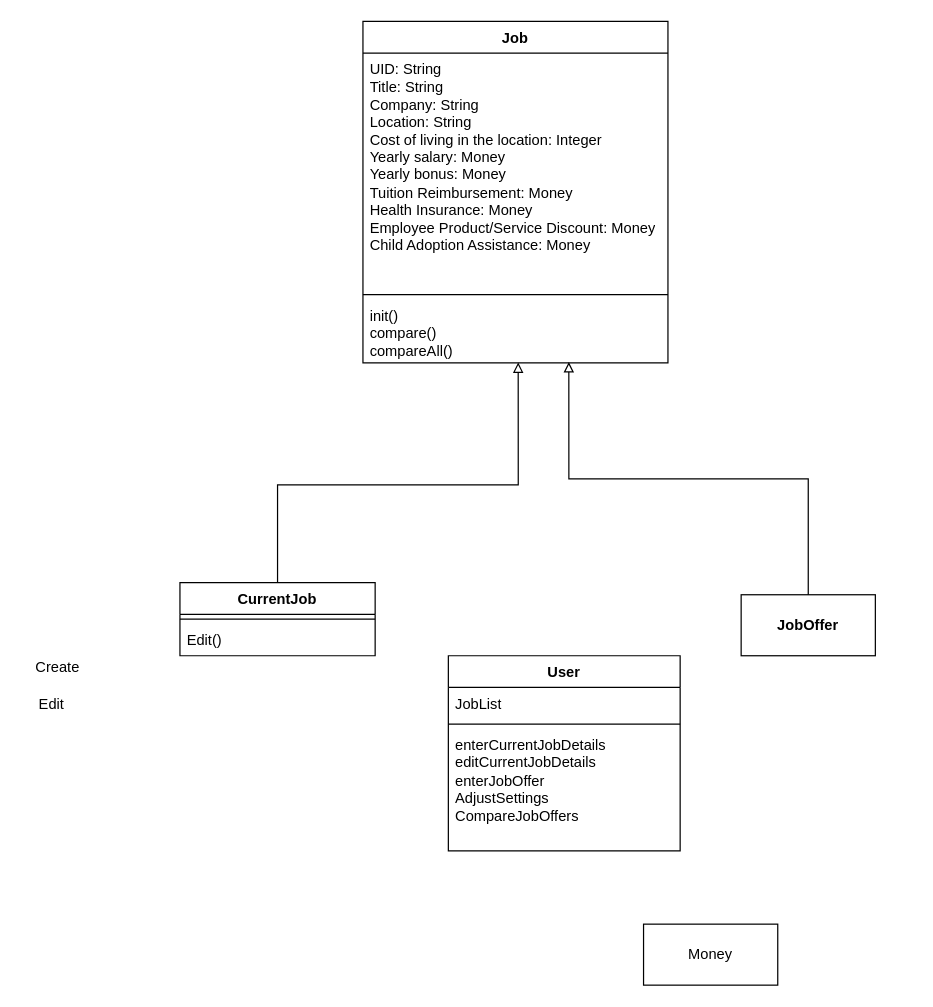
The draw.io diagram Untitled Diagram.drawio in LanYan1110/Blog_Web_Application, before the edit. Source tidied: cells renumbered, new cells numbered last; positions are measured from the earlier drawing's top-left corner, leaving out a move shared by most shapes. Both pictures are drawn from the tidied source at 122%, with x=0, y=0 at pixel (21, 21).
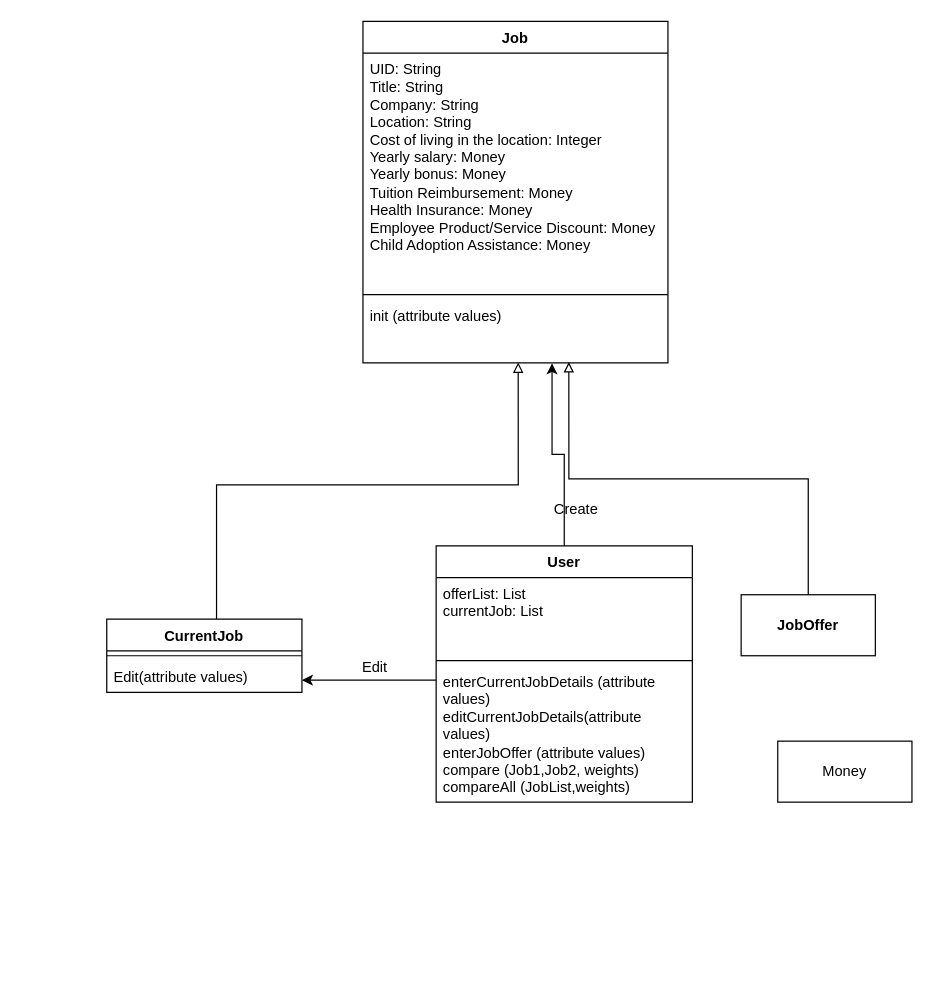
After the change.

Unchanged cells that the change refers to:
```xml
<mxCell id="8" value="Job" style="swimlane;fontStyle=1;align=center;verticalAlign=top;horizontal=1;startSize=26;whiteSpace=wrap;html=1;" parent="1" vertex="1">
  <mxGeometry x="280" width="250" height="280" as="geometry" />
</mxCell>
```

Diff of the diagram source:
```diff
@@
+    <mxCell id="19" style="edgeStyle=orthogonalEdgeStyle;rounded=0;jettySize=auto;html=1;entryX=0.62;entryY=1.006;entryDx=0;entryDy=0;entryPerimeter=0;" parent="1" edge="1" source="2" target="11">
+      <mxGeometry relative="1" as="geometry" />
+    </mxCell>
     <mxCell id="2" value="User" style="swimlane;fontStyle=1;align=center;verticalAlign=top;horizontal=1;startSize=26;whiteSpace=wrap;html=1;" parent="1" vertex="1">
-      <mxGeometry x="350" y="520" width="190" height="160" as="geometry" />
+      <mxGeometry x="340" y="430" width="210" height="210" as="geometry" />
     </mxCell>
-    <mxCell id="3" value="JobList" style="text;strokeColor=none;fillColor=none;align=left;verticalAlign=top;spacingLeft=4;spacingRight=4;overflow=hidden;whiteSpace=wrap;html=1;" parent="2" vertex="1">
-      <mxGeometry y="26" width="190" height="26" as="geometry" />
+    <mxCell id="3" value="offerList: List&lt;div&gt;currentJob: List&lt;/div&gt;" style="text;strokeColor=none;fillColor=none;align=left;verticalAlign=top;spacingLeft=4;spacingRight=4;overflow=hidden;whiteSpace=wrap;html=1;" parent="2" vertex="1">
+      <mxGeometry y="26" width="210" height="64" as="geometry" />
     </mxCell>
     <mxCell id="4" style="line;strokeWidth=1;fillColor=none;align=left;verticalAlign=middle;spacingTop=-1;spacingLeft=3;spacingRight=3;labelPosition=right;strokeColor=inherit;" parent="2" vertex="1">
-      <mxGeometry y="52" width="190" height="8" as="geometry" />
+      <mxGeometry y="90" width="210" height="8" as="geometry" />
     </mxCell>
-    <mxCell id="5" value="enterCurrentJobDetails&lt;div style=&quot;--tw-scale-x: 1; --tw-scale-y: 1; --tw-pan-x: ; --tw-pan-y: ; --tw-pinch-zoom: ; --tw-scroll-snap-strictness: proximity; --tw-gradient-from-position: ; --tw-gradient-via-position: ; --tw-gradient-to-position: ; --tw-ordinal: ; --tw-slashed-zero: ; --tw-numeric-figure: ; --tw-numeric-spacing: ; --tw-numeric-fraction: ; --tw-ring-inset: ; --tw-ring-offset-width: 0px; --tw-ring-offset-color: light-dark(#fff, #000000); --tw-ring-color: rgb(59 130 246 / .5); --tw-ring-offset-shadow: 0 0 #0000; --tw-ring-shadow: 0 0 #0000; --tw-shadow: 0 0 #0000; --tw-shadow-colored: 0 0 #0000; --tw-blur: ; --tw-brightness: ; --tw-contrast: ; --tw-grayscale: ; --tw-hue-rotate: ; --tw-invert: ; --tw-saturate: ; --tw-sepia: ; --tw-drop-shadow: ; --tw-backdrop-blur: ; --tw-backdrop-brightness: ; --tw-backdrop-contrast: ; --tw-backdrop-grayscale: ; --tw-backdrop-hue-rotate: ; --tw-backdrop-invert: ; --tw-backdrop-opacity: ; --tw-backdrop-saturate: ; --tw-backdrop-sepia: ;&quot;&gt;editCurrentJobDetails&lt;br style=&quot;--tw-scale-x: 1; --tw-scale-y: 1; --tw-pan-x: ; --tw-pan-y: ; --tw-pinch-zoom: ; --tw-scroll-snap-strictness: proximity; --tw-gradient-from-position: ; --tw-gradient-via-position: ; --tw-gradient-to-position: ; --tw-ordinal: ; --tw-slashed-zero: ; --tw-numeric-figure: ; --tw-numeric-spacing: ; --tw-numeric-fraction: ; --tw-ring-inset: ; --tw-ring-offset-width: 0px; --tw-ring-offset-color: light-dark(#fff, #000000); --tw-ring-color: rgb(59 130 246 / .5); --tw-ring-offset-shadow: 0 0 #0000; --tw-ring-shadow: 0 0 #0000; --tw-shadow: 0 0 #0000; --tw-shadow-colored: 0 0 #0000; --tw-blur: ; --tw-brightness: ; --tw-contrast: ; --tw-grayscale: ; --tw-hue-rotate: ; --tw-invert: ; --tw-saturate: ; --tw-sepia: ; --tw-drop-shadow: ; --tw-backdrop-blur: ; --tw-backdrop-brightness: ; --tw-backdrop-contrast: ; --tw-backdrop-grayscale: ; --tw-backdrop-hue-rotate: ; --tw-backdrop-invert: ; --tw-backdrop-opacity: ; --tw-backdrop-saturate: ; --tw-backdrop-sepia: ;&quot;&gt;&lt;div style=&quot;--tw-scale-x: 1; --tw-scale-y: 1; --tw-pan-x: ; --tw-pan-y: ; --tw-pinch-zoom: ; --tw-scroll-snap-strictness: proximity; --tw-gradient-from-position: ; --tw-gradient-via-position: ; --tw-gradient-to-position: ; --tw-ordinal: ; --tw-slashed-zero: ; --tw-numeric-figure: ; --tw-numeric-spacing: ; --tw-numeric-fraction: ; --tw-ring-inset: ; --tw-ring-offset-width: 0px; --tw-ring-offset-color: light-dark(#fff, #000000); --tw-ring-color: rgb(59 130 246 / .5); --tw-ring-offset-shadow: 0 0 #0000; --tw-ring-shadow: 0 0 #0000; --tw-shadow: 0 0 #0000; --tw-shadow-colored: 0 0 #0000; --tw-blur: ; --tw-brightness: ; --tw-contrast: ; --tw-grayscale: ; --tw-hue-rotate: ; --tw-invert: ; --tw-saturate: ; --tw-sepia: ; --tw-drop-shadow: ; --tw-backdrop-blur: ; --tw-backdrop-brightness: ; --tw-backdrop-contrast: ; --tw-backdrop-grayscale: ; --tw-backdrop-hue-rotate: ; --tw-backdrop-invert: ; --tw-backdrop-opacity: ; --tw-backdrop-saturate: ; --tw-backdrop-sepia: ;&quot;&gt;enterJobOffer&lt;/div&gt;&lt;div style=&quot;--tw-scale-x: 1; --tw-scale-y: 1; --tw-pan-x: ; --tw-pan-y: ; --tw-pinch-zoom: ; --tw-scroll-snap-strictness: proximity; --tw-gradient-from-position: ; --tw-gradient-via-position: ; --tw-gradient-to-position: ; --tw-ordinal: ; --tw-slashed-zero: ; --tw-numeric-figure: ; --tw-numeric-spacing: ; --tw-numeric-fraction: ; --tw-ring-inset: ; --tw-ring-offset-width: 0px; --tw-ring-offset-color: light-dark(#fff, #000000); --tw-ring-color: rgb(59 130 246 / .5); --tw-ring-offset-shadow: 0 0 #0000; --tw-ring-shadow: 0 0 #0000; --tw-shadow: 0 0 #0000; --tw-shadow-colored: 0 0 #0000; --tw-blur: ; --tw-brightness: ; --tw-contrast: ; --tw-grayscale: ; --tw-hue-rotate: ; --tw-invert: ; --tw-saturate: ; --tw-sepia: ; --tw-drop-shadow: ; --tw-backdrop-blur: ; --tw-backdrop-brightness: ; --tw-backdrop-contrast: ; --tw-backdrop-grayscale: ; --tw-backdrop-hue-rotate: ; --tw-backdrop-invert: ; --tw-backdrop-opacity: ; --tw-backdrop-saturate: ; --tw-backdrop-sepia: ;&quot;&gt;AdjustSettings&lt;/div&gt;&lt;div style=&quot;--tw-scale-x: 1; --tw-scale-y: 1; --tw-pan-x: ; --tw-pan-y: ; --tw-pinch-zoom: ; --tw-scroll-snap-strictness: proximity; --tw-gradient-from-position: ; --tw-gradient-via-position: ; --tw-gradient-to-position: ; --tw-ordinal: ; --tw-slashed-zero: ; --tw-numeric-figure: ; --tw-numeric-spacing: ; --tw-numeric-fraction: ; --tw-ring-inset: ; --tw-ring-offset-width: 0px; --tw-ring-offset-color: light-dark(#fff, #000000); --tw-ring-color: rgb(59 130 246 / .5); --tw-ring-offset-shadow: 0 0 #0000; --tw-ring-shadow: 0 0 #0000; --tw-shadow: 0 0 #0000; --tw-shadow-colored: 0 0 #0000; --tw-blur: ; --tw-brightness: ; --tw-contrast: ; --tw-grayscale: ; --tw-hue-rotate: ; --tw-invert: ; --tw-saturate: ; --tw-sepia: ; --tw-drop-shadow: ; --tw-backdrop-blur: ; --tw-backdrop-brightness: ; --tw-backdrop-contrast: ; --tw-backdrop-grayscale: ; --tw-backdrop-hue-rotate: ; --tw-backdrop-invert: ; --tw-backdrop-opacity: ; --tw-backdrop-saturate: ; --tw-backdrop-sepia: ;&quot;&gt;CompareJobOffers&lt;/div&gt;&lt;/div&gt;" style="text;strokeColor=none;fillColor=none;align=left;verticalAlign=top;spacingLeft=4;spacingRight=4;overflow=hidden;points=[[0,0.5],[1,0.5]];portConstraint=eastwest;whiteSpace=wrap;html=1;" parent="2" vertex="1">
-      <mxGeometry y="60" width="190" height="100" as="geometry" />
+    <mxCell id="5" value="enterCurrentJobDetails (attribute values)&lt;div style=&quot;--tw-scale-x: 1; --tw-scale-y: 1; --tw-pan-x: ; --tw-pan-y: ; --tw-pinch-zoom: ; --tw-scroll-snap-strictness: proximity; --tw-gradient-from-position: ; --tw-gradient-via-position: ; --tw-gradient-to-position: ; --tw-ordinal: ; --tw-slashed-zero: ; --tw-numeric-figure: ; --tw-numeric-spacing: ; --tw-numeric-fraction: ; --tw-ring-inset: ; --tw-ring-offset-width: 0px; --tw-ring-offset-color: light-dark(#fff, #000000); --tw-ring-color: rgb(59 130 246 / .5); --tw-ring-offset-shadow: 0 0 #0000; --tw-ring-shadow: 0 0 #0000; --tw-shadow: 0 0 #0000; --tw-shadow-colored: 0 0 #0000; --tw-blur: ; --tw-brightness: ; --tw-contrast: ; --tw-grayscale: ; --tw-hue-rotate: ; --tw-invert: ; --tw-saturate: ; --tw-sepia: ; --tw-drop-shadow: ; --tw-backdrop-blur: ; --tw-backdrop-brightness: ; --tw-backdrop-contrast: ; --tw-backdrop-grayscale: ; --tw-backdrop-hue-rotate: ; --tw-backdrop-invert: ; --tw-backdrop-opacity: ; --tw-backdrop-saturate: ; --tw-backdrop-sepia: ;&quot;&gt;editCurrentJobDetails(attribute values)&lt;br style=&quot;--tw-scale-x: 1; --tw-scale-y: 1; --tw-pan-x: ; --tw-pan-y: ; --tw-pinch-zoom: ; --tw-scroll-snap-strictness: proximity; --tw-gradient-from-position: ; --tw-gradient-via-position: ; --tw-gradient-to-position: ; --tw-ordinal: ; --tw-slashed-zero: ; --tw-numeric-figure: ; --tw-numeric-spacing: ; --tw-numeric-fraction: ; --tw-ring-inset: ; --tw-ring-offset-width: 0px; --tw-ring-offset-color: light-dark(#fff, #000000); --tw-ring-color: rgb(59 130 246 / .5); --tw-ring-offset-shadow: 0 0 #0000; --tw-ring-shadow: 0 0 #0000; --tw-shadow: 0 0 #0000; --tw-shadow-colored: 0 0 #0000; --tw-blur: ; --tw-brightness: ; --tw-contrast: ; --tw-grayscale: ; --tw-hue-rotate: ; --tw-invert: ; --tw-saturate: ; --tw-sepia: ; --tw-drop-shadow: ; --tw-backdrop-blur: ; --tw-backdrop-brightness: ; --tw-backdrop-contrast: ; --tw-backdrop-grayscale: ; --tw-backdrop-hue-rotate: ; --tw-backdrop-invert: ; --tw-backdrop-opacity: ; --tw-backdrop-saturate: ; --tw-backdrop-sepia: ;&quot;&gt;&lt;div style=&quot;--tw-scale-x: 1; --tw-scale-y: 1; --tw-pan-x: ; --tw-pan-y: ; --tw-pinch-zoom: ; --tw-scroll-snap-strictness: proximity; --tw-gradient-from-position: ; --tw-gradient-via-position: ; --tw-gradient-to-position: ; --tw-ordinal: ; --tw-slashed-zero: ; --tw-numeric-figure: ; --tw-numeric-spacing: ; --tw-numeric-fraction: ; --tw-ring-inset: ; --tw-ring-offset-width: 0px; --tw-ring-offset-color: light-dark(#fff, #000000); --tw-ring-color: rgb(59 130 246 / .5); --tw-ring-offset-shadow: 0 0 #0000; --tw-ring-shadow: 0 0 #0000; --tw-shadow: 0 0 #0000; --tw-shadow-colored: 0 0 #0000; --tw-blur: ; --tw-brightness: ; --tw-contrast: ; --tw-grayscale: ; --tw-hue-rotate: ; --tw-invert: ; --tw-saturate: ; --tw-sepia: ; --tw-drop-shadow: ; --tw-backdrop-blur: ; --tw-backdrop-brightness: ; --tw-backdrop-contrast: ; --tw-backdrop-grayscale: ; --tw-backdrop-hue-rotate: ; --tw-backdrop-invert: ; --tw-backdrop-opacity: ; --tw-backdrop-saturate: ; --tw-backdrop-sepia: ;&quot;&gt;enterJobOffer (attribute values)&lt;/div&gt;&lt;div style=&quot;--tw-scale-x: 1; --tw-scale-y: 1; --tw-pan-x: ; --tw-pan-y: ; --tw-pinch-zoom: ; --tw-scroll-snap-strictness: proximity; --tw-gradient-from-position: ; --tw-gradient-via-position: ; --tw-gradient-to-position: ; --tw-ordinal: ; --tw-slashed-zero: ; --tw-numeric-figure: ; --tw-numeric-spacing: ; --tw-numeric-fraction: ; --tw-ring-inset: ; --tw-ring-offset-width: 0px; --tw-ring-offset-color: light-dark(#fff, #000000); --tw-ring-color: rgb(59 130 246 / .5); --tw-ring-offset-shadow: 0 0 #0000; --tw-ring-shadow: 0 0 #0000; --tw-shadow: 0 0 #0000; --tw-shadow-colored: 0 0 #0000; --tw-blur: ; --tw-brightness: ; --tw-contrast: ; --tw-grayscale: ; --tw-hue-rotate: ; --tw-invert: ; --tw-saturate: ; --tw-sepia: ; --tw-drop-shadow: ; --tw-backdrop-blur: ; --tw-backdrop-brightness: ; --tw-backdrop-contrast: ; --tw-backdrop-grayscale: ; --tw-backdrop-hue-rotate: ; --tw-backdrop-invert: ; --tw-backdrop-opacity: ; --tw-backdrop-saturate: ; --tw-backdrop-sepia: ;&quot;&gt;compare (Job1,Job2, weights)&lt;/div&gt;&lt;div style=&quot;--tw-scale-x: 1; --tw-scale-y: 1; --tw-pan-x: ; --tw-pan-y: ; --tw-pinch-zoom: ; --tw-scroll-snap-strictness: proximity; --tw-gradient-from-position: ; --tw-gradient-via-position: ; --tw-gradient-to-position: ; --tw-ordinal: ; --tw-slashed-zero: ; --tw-numeric-figure: ; --tw-numeric-spacing: ; --tw-numeric-fraction: ; --tw-ring-inset: ; --tw-ring-offset-width: 0px; --tw-ring-offset-color: light-dark(#fff, #000000); --tw-ring-color: rgb(59 130 246 / .5); --tw-ring-offset-shadow: 0 0 #0000; --tw-ring-shadow: 0 0 #0000; --tw-shadow: 0 0 #0000; --tw-shadow-colored: 0 0 #0000; --tw-blur: ; --tw-brightness: ; --tw-contrast: ; --tw-grayscale: ; --tw-hue-rotate: ; --tw-invert: ; --tw-saturate: ; --tw-sepia: ; --tw-drop-shadow: ; --tw-backdrop-blur: ; --tw-backdrop-brightness: ; --tw-backdrop-contrast: ; --tw-backdrop-grayscale: ; --tw-backdrop-hue-rotate: ; --tw-backdrop-invert: ; --tw-backdrop-opacity: ; --tw-backdrop-saturate: ; --tw-backdrop-sepia: ;&quot;&gt;compareAll (JobList,weights)&lt;/div&gt;&lt;div style=&quot;--tw-scale-x: 1; --tw-scale-y: 1; --tw-pan-x: ; --tw-pan-y: ; --tw-pinch-zoom: ; --tw-scroll-snap-strictness: proximity; --tw-gradient-from-position: ; --tw-gradient-via-position: ; --tw-gradient-to-position: ; --tw-ordinal: ; --tw-slashed-zero: ; --tw-numeric-figure: ; --tw-numeric-spacing: ; --tw-numeric-fraction: ; --tw-ring-inset: ; --tw-ring-offset-width: 0px; --tw-ring-offset-color: light-dark(#fff, #000000); --tw-ring-color: rgb(59 130 246 / .5); --tw-ring-offset-shadow: 0 0 #0000; --tw-ring-shadow: 0 0 #0000; --tw-shadow: 0 0 #0000; --tw-shadow-colored: 0 0 #0000; --tw-blur: ; --tw-brightness: ; --tw-contrast: ; --tw-grayscale: ; --tw-hue-rotate: ; --tw-invert: ; --tw-saturate: ; --tw-sepia: ; --tw-drop-shadow: ; --tw-backdrop-blur: ; --tw-backdrop-brightness: ; --tw-backdrop-contrast: ; --tw-backdrop-grayscale: ; --tw-backdrop-hue-rotate: ; --tw-backdrop-invert: ; --tw-backdrop-opacity: ; --tw-backdrop-saturate: ; --tw-backdrop-sepia: ;&quot;&gt;&lt;br&gt;&lt;/div&gt;&lt;/div&gt;" style="text;strokeColor=none;fillColor=none;align=left;verticalAlign=top;spacingLeft=4;spacingRight=4;overflow=hidden;points=[[0,0.5],[1,0.5]];portConstraint=eastwest;whiteSpace=wrap;html=1;" parent="2" vertex="1">
+      <mxGeometry y="98" width="210" height="112" as="geometry" />
     </mxCell>
-    <mxCell id="6" value="Create" style="text;html=1;align=center;verticalAlign=middle;whiteSpace=wrap;rounded=0;" parent="1" vertex="1">
-      <mxGeometry y="520" width="60" height="20" as="geometry" />
+    <mxCell id="6" value="Edit" style="text;html=1;align=center;verticalAlign=middle;whiteSpace=wrap;rounded=0;" parent="1" vertex="1">
+      <mxGeometry x="260" y="520" width="60" height="20" as="geometry" />
     </mxCell>
-    <mxCell id="7" value="Edit" style="text;html=1;align=center;verticalAlign=middle;whiteSpace=wrap;rounded=0;" parent="1" vertex="1">
-      <mxGeometry y="550" width="50" height="20" as="geometry" />
+    <mxCell id="7" value="Create" style="text;html=1;align=center;verticalAlign=middle;whiteSpace=wrap;rounded=0;" parent="1" vertex="1">
+      <mxGeometry x="430" y="390" width="50" height="20" as="geometry" />
     </mxCell>
@@
-    <mxCell id="11" value="init()&lt;div&gt;compare()&lt;/div&gt;&lt;div&gt;compareAll()&lt;/div&gt;" style="text;strokeColor=none;fillColor=none;align=left;verticalAlign=top;spacingLeft=4;spacingRight=4;overflow=hidden;points=[[0,0.5],[1,0.5]];portConstraint=eastwest;whiteSpace=wrap;html=1;" parent="8" vertex="1">
+    <mxCell id="11" value="init (attribute values)&lt;div&gt;&lt;br&gt;&lt;/div&gt;" style="text;strokeColor=none;fillColor=none;align=left;verticalAlign=top;spacingLeft=4;spacingRight=4;overflow=hidden;points=[[0,0.5],[1,0.5]];portConstraint=eastwest;whiteSpace=wrap;html=1;" parent="8" vertex="1">
       <mxGeometry y="228" width="250" height="52" as="geometry" />
     </mxCell>
     <mxCell id="12" value="Money" style="html=1;whiteSpace=wrap;" parent="1" vertex="1">
-      <mxGeometry x="510" y="740" width="110" height="50" as="geometry" />
+      <mxGeometry x="620" y="590" width="110" height="50" as="geometry" />
     </mxCell>
@@
     <mxCell id="14" value="CurrentJob" style="swimlane;fontStyle=1;align=center;verticalAlign=top;horizontal=1;startSize=26;whiteSpace=wrap;html=1;" parent="1" vertex="1">
-      <mxGeometry x="130" y="460" width="160" height="60" as="geometry" />
+      <mxGeometry x="70" y="490" width="160" height="60" as="geometry" />
     </mxCell>
@@
-    <mxCell id="16" value="Edit()" style="text;strokeColor=none;fillColor=none;align=left;verticalAlign=top;spacingLeft=4;spacingRight=4;overflow=hidden;points=[[0,0.5],[1,0.5]];portConstraint=eastwest;whiteSpace=wrap;html=1;" parent="14" vertex="1">
+    <mxCell id="16" value="Edit(attribute values)" style="text;strokeColor=none;fillColor=none;align=left;verticalAlign=top;spacingLeft=4;spacingRight=4;overflow=hidden;points=[[0,0.5],[1,0.5]];portConstraint=eastwest;whiteSpace=wrap;html=1;" parent="14" vertex="1">
       <mxGeometry y="34" width="160" height="26" as="geometry" />
     </mxCell>
     <mxCell id="17" style="edgeStyle=orthogonalEdgeStyle;rounded=0;jettySize=auto;html=1;entryX=0.509;entryY=0.992;entryDx=0;entryDy=0;entryPerimeter=0;endArrow=block;endFill=0;" parent="1" edge="1" source="14" target="11">
       <mxGeometry relative="1" as="geometry">
         <Array as="points">
-          <mxPoint x="210" y="380" />
+          <mxPoint x="160" y="380" />
           <mxPoint x="407" y="380" />
         </Array>
       </mxGeometry>
     </mxCell>
@@
+    <mxCell id="20" style="edgeStyle=orthogonalEdgeStyle;rounded=0;jettySize=auto;html=1;" parent="1" edge="1" source="5" target="16">
+      <mxGeometry relative="1" as="geometry">
+        <Array as="points">
+          <mxPoint x="270" y="540" />
+          <mxPoint x="270" y="540" />
+        </Array>
+      </mxGeometry>
+    </mxCell>
```
